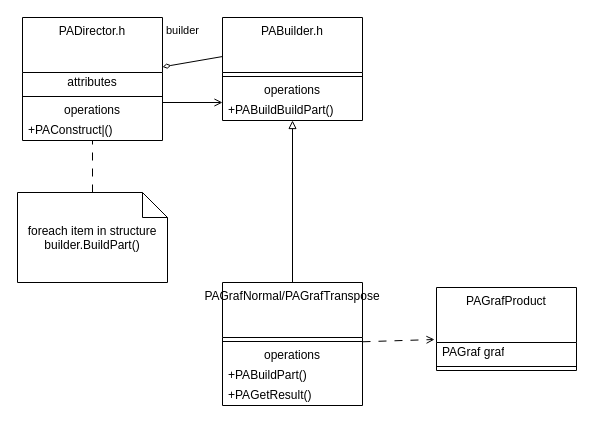
The draw.io diagram builder.drawio in Cristof17/PALibrary, before the edit. Source tidied: cells renumbered, new cells numbered last; positions are measured from the earlier drawing's top-left corner, leaving out a move shared by most shapes. Both pictures are drawn from the tidied source at 100%, with x=0, y=0 at pixel (17, 17).
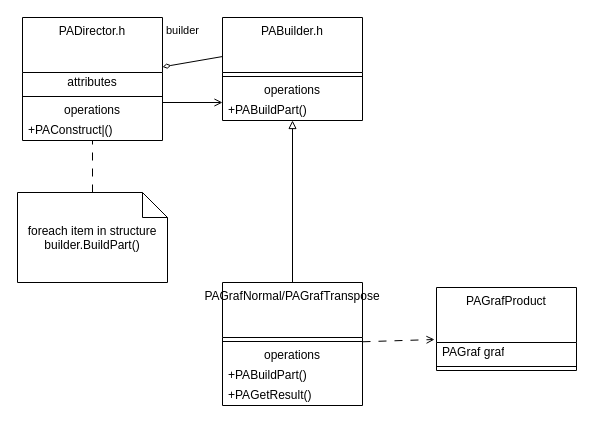
Above is the later version.

Unchanged cells that the change refers to:
```xml
<mxCell id="3" value="PABuilder.h" style="swimlane;fontStyle=0;align=center;verticalAlign=top;horizontal=1;startSize=55;html=1;whiteSpace=wrap;" parent="1" vertex="1">
  <mxGeometry x="205" width="140" height="103" as="geometry" />
</mxCell>
```

The edit, as a diff of the source:
```diff
@@
-    <mxCell id="6" value="+PABuildBuildPart()" style="text;html=1;strokeColor=none;fillColor=none;align=left;verticalAlign=middle;spacingLeft=4;spacingRight=4;overflow=hidden;points=[[0,0.5],[1,0.5]];portConstraint=eastwest;whiteSpace=wrap;" parent="3" vertex="1">
+    <mxCell id="6" value="+PABuildPart()" style="text;html=1;strokeColor=none;fillColor=none;align=left;verticalAlign=middle;spacingLeft=4;spacingRight=4;overflow=hidden;points=[[0,0.5],[1,0.5]];portConstraint=eastwest;whiteSpace=wrap;" parent="3" vertex="1">
       <mxGeometry y="83" width="140" height="20" as="geometry" />
     </mxCell>
```
